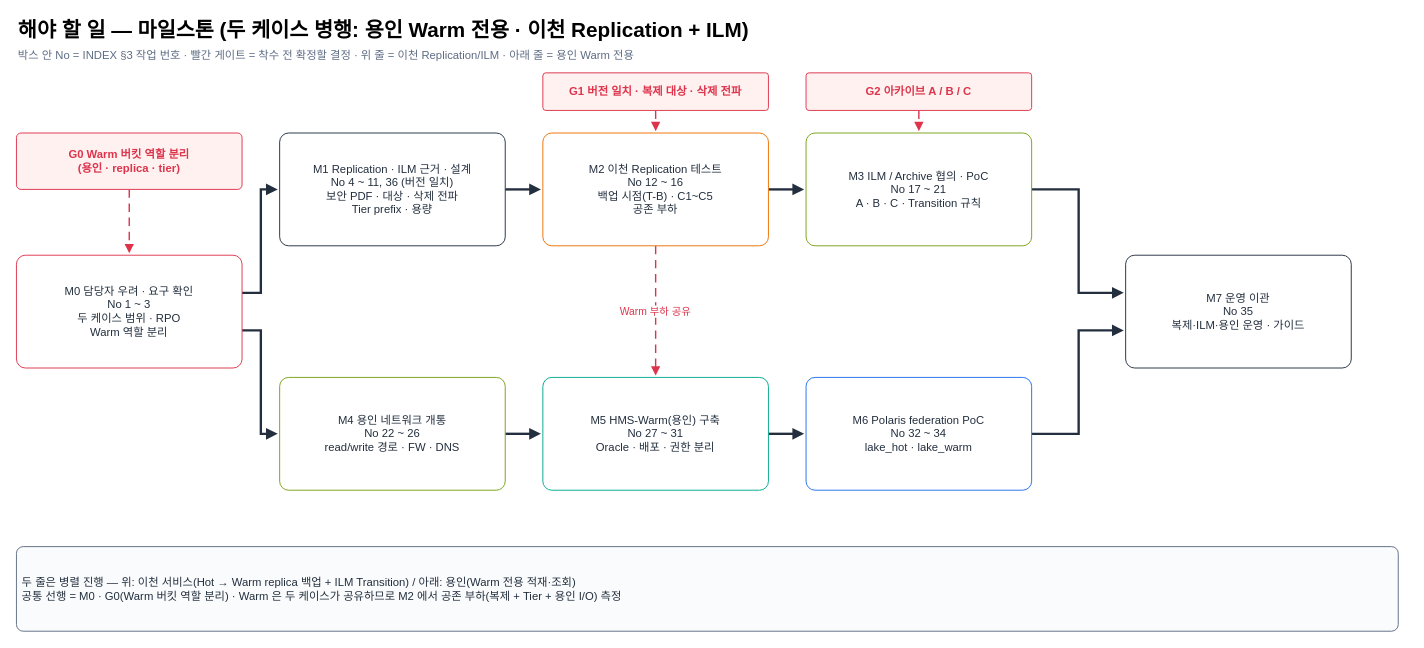
The draw.io diagram docs/aistor-replication-review/diagrams/11-todo-milestones.drawio in kronenz/fluent-bit, before the edit. Source tidied: cells renumbered, new cells numbered last; positions are measured from the earlier drawing's top-left corner, leaving out a move shared by most shapes. Both pictures are drawn from the tidied source at 94%, with x=0, y=0 at pixel (16, 16).
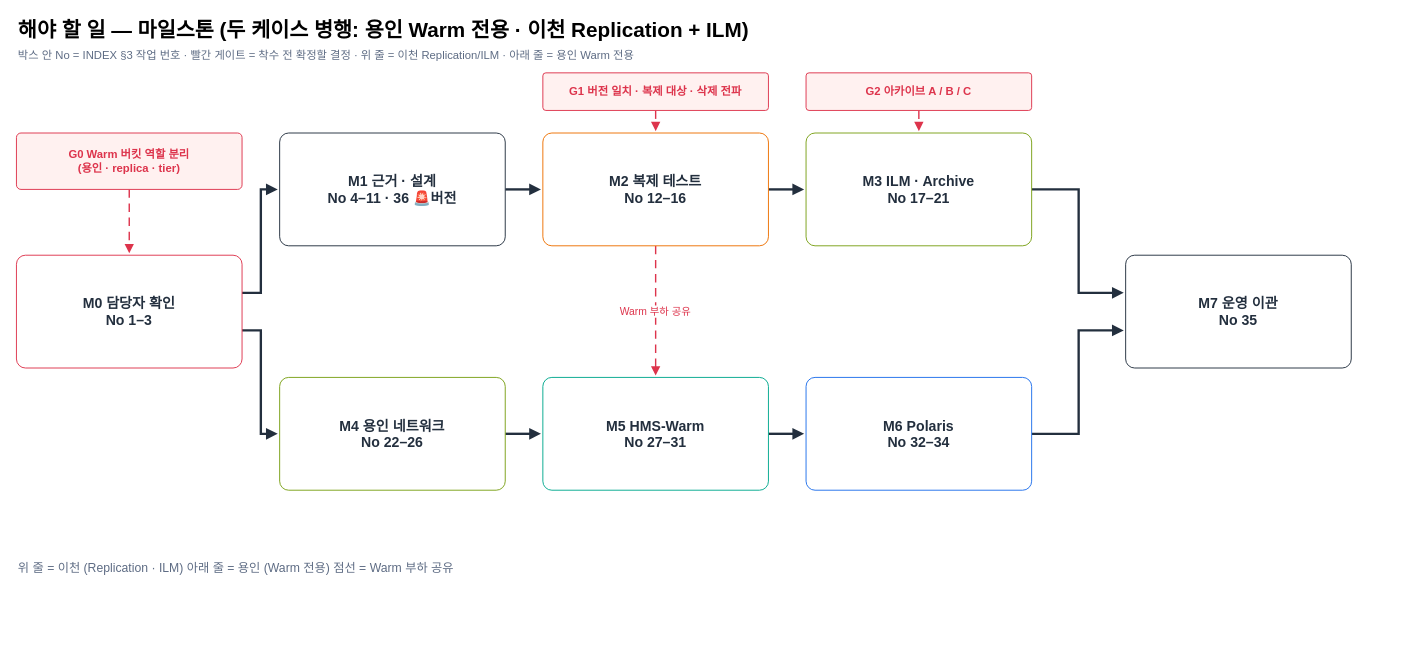
Above is the later version.

The edit, as a diff of the source:
```diff
@@
-    <mxCell id="14" value="M0 담당자 우려 · 요구 확인&lt;br&gt;No 1 ~ 3&lt;br&gt;두 케이스 범위 · RPO&lt;br&gt;Warm 역할 분리" style="rounded=1;arcSize=8;whiteSpace=wrap;html=1;fillColor=#FFFFFF;strokeColor=#DD344C;fontSize=12;fontColor=#232F3E;fontStyle=0;align=center;spacing=6;" parent="1" vertex="1">
+    <mxCell id="14" value="M0 담당자 확인&lt;br&gt;No 1–3" style="rounded=1;arcSize=8;whiteSpace=wrap;html=1;fillColor=#FFFFFF;strokeColor=#DD344C;fontSize=15;fontColor=#232F3E;fontStyle=1;align=center;spacing=6;" parent="1" vertex="1">
       <mxGeometry y="254" width="240" height="120" as="geometry" />
     </mxCell>
-    <mxCell id="15" value="M1 Replication · ILM 근거 · 설계&lt;br&gt;No 4 ~ 11, 36 (버전 일치)&lt;br&gt;보안 PDF · 대상 · 삭제 전파&lt;br&gt;Tier prefix · 용량" style="rounded=1;arcSize=8;whiteSpace=wrap;html=1;fillColor=#FFFFFF;strokeColor=#232F3E;fontSize=12;fontColor=#232F3E;fontStyle=0;align=center;spacing=6;" parent="1" vertex="1">
+    <mxCell id="15" value="M1 근거 · 설계&lt;br&gt;No 4–11 · 36 🚨버전" style="rounded=1;arcSize=8;whiteSpace=wrap;html=1;fillColor=#FFFFFF;strokeColor=#232F3E;fontSize=15;fontColor=#232F3E;fontStyle=1;align=center;spacing=6;" parent="1" vertex="1">
       <mxGeometry x="280" y="124" width="240" height="120" as="geometry" />
     </mxCell>
-    <mxCell id="16" value="M2 이천 Replication 테스트&lt;br&gt;No 12 ~ 16&lt;br&gt;백업 시점(T-B) · C1~C5&lt;br&gt;공존 부하" style="rounded=1;arcSize=8;whiteSpace=wrap;html=1;fillColor=#FFFFFF;strokeColor=#ED7100;fontSize=12;fontColor=#232F3E;fontStyle=0;align=center;spacing=6;" parent="1" vertex="1">
+    <mxCell id="16" value="M2 복제 테스트&lt;br&gt;No 12–16" style="rounded=1;arcSize=8;whiteSpace=wrap;html=1;fillColor=#FFFFFF;strokeColor=#ED7100;fontSize=15;fontColor=#232F3E;fontStyle=1;align=center;spacing=6;" parent="1" vertex="1">
       <mxGeometry x="560" y="124" width="240" height="120" as="geometry" />
     </mxCell>
-    <mxCell id="17" value="M3 ILM / Archive 협의 · PoC&lt;br&gt;No 17 ~ 21&lt;br&gt;A · B · C · Transition 규칙" style="rounded=1;arcSize=8;whiteSpace=wrap;html=1;fillColor=#FFFFFF;strokeColor=#7AA116;fontSize=12;fontColor=#232F3E;fontStyle=0;align=center;spacing=6;" parent="1" vertex="1">
+    <mxCell id="17" value="M3 ILM · Archive&lt;br&gt;No 17–21" style="rounded=1;arcSize=8;whiteSpace=wrap;html=1;fillColor=#FFFFFF;strokeColor=#7AA116;fontSize=15;fontColor=#232F3E;fontStyle=1;align=center;spacing=6;" parent="1" vertex="1">
       <mxGeometry x="840" y="124" width="240" height="120" as="geometry" />
     </mxCell>
-    <mxCell id="18" value="M4 용인 네트워크 개통&lt;br&gt;No 22 ~ 26&lt;br&gt;read/write 경로 · FW · DNS" style="rounded=1;arcSize=8;whiteSpace=wrap;html=1;fillColor=#FFFFFF;strokeColor=#7AA116;fontSize=12;fontColor=#232F3E;fontStyle=0;align=center;spacing=6;" parent="1" vertex="1">
+    <mxCell id="18" value="M4 용인 네트워크&lt;br&gt;No 22–26" style="rounded=1;arcSize=8;whiteSpace=wrap;html=1;fillColor=#FFFFFF;strokeColor=#7AA116;fontSize=15;fontColor=#232F3E;fontStyle=1;align=center;spacing=6;" parent="1" vertex="1">
       <mxGeometry x="280" y="384" width="240" height="120" as="geometry" />
     </mxCell>
-    <mxCell id="19" value="M5 HMS-Warm(용인) 구축&lt;br&gt;No 27 ~ 31&lt;br&gt;Oracle · 배포 · 권한 분리" style="rounded=1;arcSize=8;whiteSpace=wrap;html=1;fillColor=#FFFFFF;strokeColor=#01A88D;fontSize=12;fontColor=#232F3E;fontStyle=0;align=center;spacing=6;" parent="1" vertex="1">
+    <mxCell id="19" value="M5 HMS-Warm&lt;br&gt;No 27–31" style="rounded=1;arcSize=8;whiteSpace=wrap;html=1;fillColor=#FFFFFF;strokeColor=#01A88D;fontSize=15;fontColor=#232F3E;fontStyle=1;align=center;spacing=6;" parent="1" vertex="1">
       <mxGeometry x="560" y="384" width="240" height="120" as="geometry" />
     </mxCell>
-    <mxCell id="20" value="M6 Polaris federation PoC&lt;br&gt;No 32 ~ 34&lt;br&gt;lake_hot · lake_warm" style="rounded=1;arcSize=8;whiteSpace=wrap;html=1;fillColor=#FFFFFF;strokeColor=#1F6FEB;fontSize=12;fontColor=#232F3E;fontStyle=0;align=center;spacing=6;" parent="1" vertex="1">
+    <mxCell id="20" value="M6 Polaris&lt;br&gt;No 32–34" style="rounded=1;arcSize=8;whiteSpace=wrap;html=1;fillColor=#FFFFFF;strokeColor=#1F6FEB;fontSize=15;fontColor=#232F3E;fontStyle=1;align=center;spacing=6;" parent="1" vertex="1">
       <mxGeometry x="840" y="384" width="240" height="120" as="geometry" />
     </mxCell>
-    <mxCell id="21" value="M7 운영 이관&lt;br&gt;No 35&lt;br&gt;복제·ILM·용인 운영 · 가이드" style="rounded=1;arcSize=8;whiteSpace=wrap;html=1;fillColor=#FFFFFF;strokeColor=#232F3E;fontSize=12;fontColor=#232F3E;fontStyle=0;align=center;spacing=6;" parent="1" vertex="1">
+    <mxCell id="21" value="M7 운영 이관&lt;br&gt;No 35" style="rounded=1;arcSize=8;whiteSpace=wrap;html=1;fillColor=#FFFFFF;strokeColor=#232F3E;fontSize=15;fontColor=#232F3E;fontStyle=1;align=center;spacing=6;" parent="1" vertex="1">
       <mxGeometry x="1180" y="254" width="240" height="120" as="geometry" />
     </mxCell>
@@
-    <mxCell id="25" value="두 줄은 병렬 진행 — 위: 이천 서비스(Hot → Warm replica 백업 + ILM Transition) / 아래: 용인(Warm 전용 적재·조회)&lt;br&gt;공통 선행 = M0 · G0(Warm 버킷 역할 분리) · Warm 은 두 케이스가 공유하므로 M2 에서 공존 부하(복제 + Tier + 용인 I/O) 측정" style="rounded=1;arcSize=8;whiteSpace=wrap;html=1;fillColor=#FAFBFC;strokeColor=#5E6C84;fontSize=12;fontColor=#232F3E;fontStyle=0;align=left;spacing=6;" parent="1" vertex="1">
-      <mxGeometry y="564" width="1470" height="90" as="geometry" />
-    </mxCell>
@@
+    <mxCell id="29" value="위 줄 = 이천 (Replication · ILM)     아래 줄 = 용인 (Warm 전용)     점선 = Warm 부하 공유" style="text;html=1;whiteSpace=wrap;fontSize=13;fontColor=#5E6C84;fontStyle=0;align=left;verticalAlign=middle;" parent="1" vertex="1">
+      <mxGeometry y="574" width="1470" height="24" as="geometry" />
+    </mxCell>
```
